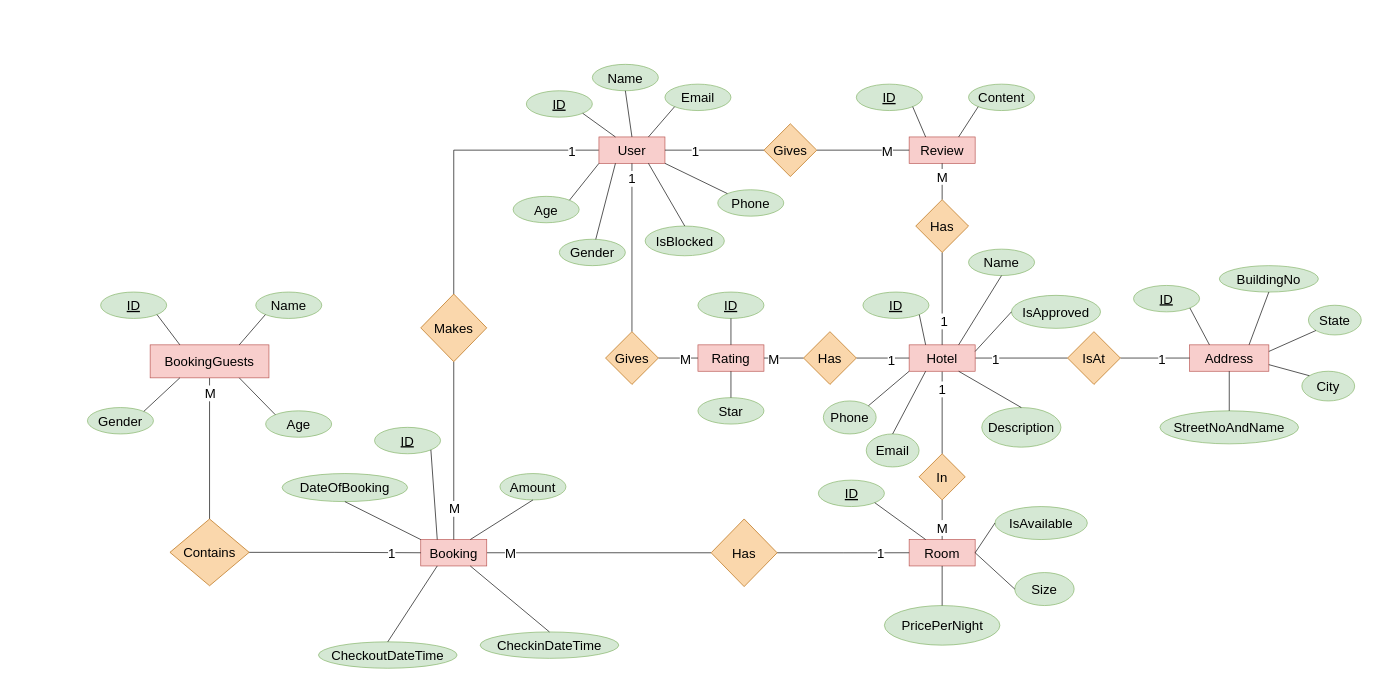
bhavankumar2911/presidio_mini_project keeps this draw.io diagram as ERD.drawio. Above is the earlier version. Source tidied: cells renumbered, new cells numbered last; positions are measured from the earlier drawing's top-left corner, leaving out a move shared by most shapes. Both pictures are drawn from the tidied source at 66%, with x=0, y=0 at pixel (87, 64).
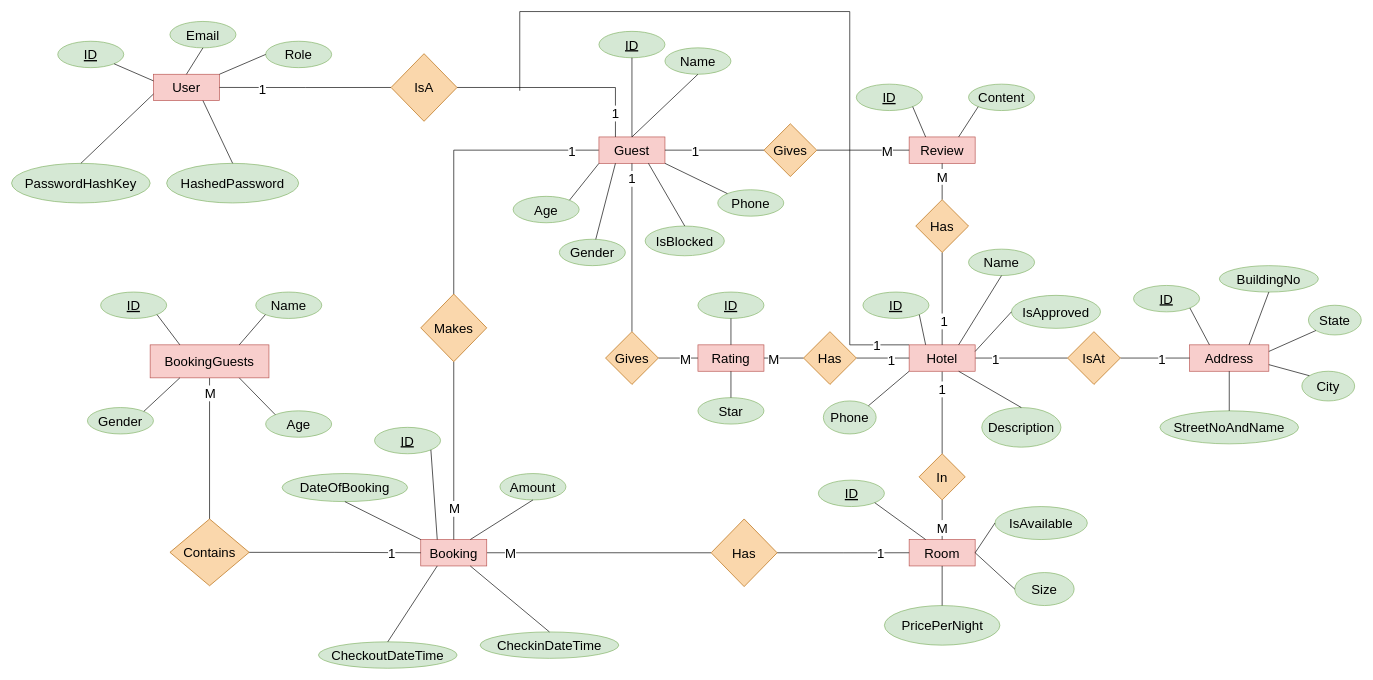
The same page after the edit.

Unchanged cells that the change refers to:
```xml
<mxCell id="21" value="&lt;font style=&quot;font-size: 20px;&quot;&gt;Hotel&lt;/font&gt;" style="rounded=0;whiteSpace=wrap;html=1;fillColor=#f8cecc;strokeColor=#b85450;" parent="1" vertex="1">
  <mxGeometry x="1245" y="425" width="100" height="40" as="geometry" />
</mxCell>
```

Diff of the diagram source:
```diff
@@
-    <mxCell id="4" value="&lt;font style=&quot;font-size: 20px;&quot;&gt;User&lt;/font&gt;" style="rounded=0;whiteSpace=wrap;html=1;fillColor=#f8cecc;strokeColor=#b85450;" parent="1" vertex="1">
+    <mxCell id="4" value="&lt;font style=&quot;font-size: 20px;&quot;&gt;Guest&lt;/font&gt;" style="rounded=0;whiteSpace=wrap;html=1;fillColor=#f8cecc;strokeColor=#b85450;" parent="1" vertex="1">
       <mxGeometry x="775" y="110" width="100" height="40" as="geometry" />
     </mxCell>
     <mxCell id="5" value="&lt;font style=&quot;font-size: 20px;&quot;&gt;&lt;u&gt;ID&lt;/u&gt;&lt;/font&gt;" style="ellipse;whiteSpace=wrap;html=1;fillColor=#d5e8d4;strokeColor=#82b366;" parent="1" vertex="1">
-      <mxGeometry x="665" y="40" width="100" height="40" as="geometry" />
+      <mxGeometry x="775" y="-50" width="100" height="40" as="geometry" />
     </mxCell>
     <mxCell id="6" value="&lt;font style=&quot;font-size: 20px;&quot;&gt;Name&lt;/font&gt;" style="ellipse;whiteSpace=wrap;html=1;fillColor=#d5e8d4;strokeColor=#82b366;" parent="1" vertex="1">
-      <mxGeometry x="765" width="100" height="40" as="geometry" />
+      <mxGeometry x="875" y="-25" width="100" height="40" as="geometry" />
     </mxCell>
-    <mxCell id="7" value="&lt;font style=&quot;font-size: 20px;&quot;&gt;Email&lt;/font&gt;" style="ellipse;whiteSpace=wrap;html=1;fillColor=#d5e8d4;strokeColor=#82b366;" parent="1" vertex="1">
-      <mxGeometry x="875" y="30" width="100" height="40" as="geometry" />
-    </mxCell>
@@
-    <mxCell id="12" style="endArrow=none;html=1;rounded=0;entryX=1;entryY=1;entryDx=0;entryDy=0;exitX=0.25;exitY=0;exitDx=0;exitDy=0;" parent="1" edge="1" source="4" target="5">
+    <mxCell id="12" style="endArrow=none;html=1;rounded=0;entryX=0.5;entryY=1;entryDx=0;entryDy=0;exitX=0.5;exitY=0;exitDx=0;exitDy=0;" parent="1" edge="1" source="4" target="5">
       <mxGeometry relative="1" as="geometry" />
     </mxCell>
@@
-    <mxCell id="16" style="endArrow=none;html=1;rounded=0;exitX=0;exitY=1;exitDx=0;exitDy=0;entryX=0.75;entryY=0;entryDx=0;entryDy=0;" parent="1" edge="1" source="7" target="4">
-      <mxGeometry relative="1" as="geometry" />
-    </mxCell>
@@
+    <mxCell id="125" style="edgeStyle=orthogonalEdgeStyle;rounded=0;jettySize=auto;html=1;exitX=0;exitY=0;exitDx=0;exitDy=0;endArrow=none;endFill=0;" parent="1" edge="1" source="21">
+      <mxGeometry relative="1" as="geometry">
+        <mxPoint x="655" y="40" as="targetPoint" />
+        <Array as="points">
+          <mxPoint x="1155" y="425" />
+          <mxPoint x="1155" y="-80" />
+          <mxPoint x="655" y="-80" />
+        </Array>
+      </mxGeometry>
+    </mxCell>
+    <mxCell id="126" value="&lt;font style=&quot;font-size: 20px;&quot;&gt;1&lt;/font&gt;" style="edgeLabel;html=1;align=center;verticalAlign=middle;" parent="125" vertex="1">
+      <mxGeometry x="-0.92" y="-1" relative="1" as="geometry">
+        <mxPoint x="-1" as="offset" />
+      </mxGeometry>
+    </mxCell>
@@
-    <mxCell id="83" value="&lt;font style=&quot;font-size: 20px;&quot;&gt;Email&lt;/font&gt;" style="ellipse;whiteSpace=wrap;html=1;fillColor=#d5e8d4;strokeColor=#82b366;" parent="1" vertex="1">
-      <mxGeometry x="1180" y="560" width="80" height="50" as="geometry" />
-    </mxCell>
@@
-    <mxCell id="85" style="endArrow=none;html=1;rounded=0;exitX=0.5;exitY=0;exitDx=0;exitDy=0;entryX=0.25;entryY=1;entryDx=0;entryDy=0;" parent="1" edge="1" source="83" target="21">
-      <mxGeometry relative="1" as="geometry" />
-    </mxCell>
@@
+    <mxCell id="127" value="&lt;font style=&quot;font-size: 20px;&quot;&gt;User&lt;/font&gt;" style="rounded=0;whiteSpace=wrap;html=1;fillColor=#f8cecc;strokeColor=#b85450;" parent="1" vertex="1">
+      <mxGeometry x="100" y="15" width="100" height="40" as="geometry" />
+    </mxCell>
+    <mxCell id="128" value="&lt;font style=&quot;font-size: 20px;&quot;&gt;&lt;u&gt;ID&lt;/u&gt;&lt;/font&gt;" style="ellipse;whiteSpace=wrap;html=1;fillColor=#d5e8d4;strokeColor=#82b366;" parent="1" vertex="1">
+      <mxGeometry x="-45" y="-35" width="100" height="40" as="geometry" />
+    </mxCell>
+    <mxCell id="129" value="&lt;font style=&quot;font-size: 20px;&quot;&gt;Email&lt;/font&gt;" style="ellipse;whiteSpace=wrap;html=1;fillColor=#d5e8d4;strokeColor=#82b366;" parent="1" vertex="1">
+      <mxGeometry x="125" y="-65" width="100" height="40" as="geometry" />
+    </mxCell>
+    <mxCell id="130" value="&lt;font style=&quot;font-size: 20px;&quot;&gt;PasswordHashKey&lt;/font&gt;" style="ellipse;whiteSpace=wrap;html=1;fillColor=#d5e8d4;strokeColor=#82b366;" parent="1" vertex="1">
+      <mxGeometry x="-115" y="150" width="210" height="60" as="geometry" />
+    </mxCell>
+    <mxCell id="131" value="&lt;font style=&quot;font-size: 20px;&quot;&gt;HashedPassword&lt;/font&gt;" style="ellipse;whiteSpace=wrap;html=1;fillColor=#d5e8d4;strokeColor=#82b366;" parent="1" vertex="1">
+      <mxGeometry x="120" y="150" width="200" height="60" as="geometry" />
+    </mxCell>
+    <mxCell id="132" value="&lt;font style=&quot;font-size: 20px;&quot;&gt;Role&lt;/font&gt;" style="ellipse;whiteSpace=wrap;html=1;fillColor=#d5e8d4;strokeColor=#82b366;" parent="1" vertex="1">
+      <mxGeometry x="270" y="-35" width="100" height="40" as="geometry" />
+    </mxCell>
+    <mxCell id="133" style="endArrow=none;html=1;rounded=0;entryX=1;entryY=1;entryDx=0;entryDy=0;exitX=0;exitY=0.25;exitDx=0;exitDy=0;" parent="1" edge="1" source="127" target="128">
+      <mxGeometry relative="1" as="geometry" />
+    </mxCell>
+    <mxCell id="134" style="endArrow=none;html=1;rounded=0;entryX=0.5;entryY=0;entryDx=0;entryDy=0;exitX=0;exitY=0.75;exitDx=0;exitDy=0;" parent="1" edge="1" source="127" target="130">
+      <mxGeometry relative="1" as="geometry" />
+    </mxCell>
+    <mxCell id="135" style="endArrow=none;html=1;rounded=0;entryX=0.5;entryY=0;entryDx=0;entryDy=0;exitX=0.75;exitY=1;exitDx=0;exitDy=0;" parent="1" edge="1" source="127" target="131">
+      <mxGeometry relative="1" as="geometry" />
+    </mxCell>
+    <mxCell id="136" style="endArrow=none;html=1;rounded=0;entryX=0;entryY=0.5;entryDx=0;entryDy=0;exitX=1;exitY=0;exitDx=0;exitDy=0;" parent="1" edge="1" source="127" target="132">
+      <mxGeometry relative="1" as="geometry" />
+    </mxCell>
+    <mxCell id="137" style="endArrow=none;html=1;rounded=0;entryX=0.5;entryY=1;entryDx=0;entryDy=0;exitX=0.5;exitY=0;exitDx=0;exitDy=0;" parent="1" edge="1" source="127" target="129">
+      <mxGeometry relative="1" as="geometry" />
+    </mxCell>
+    <mxCell id="138" style="edgeStyle=orthogonalEdgeStyle;rounded=0;jettySize=auto;html=1;exitX=1;exitY=0.5;exitDx=0;exitDy=0;entryX=0.25;entryY=0;entryDx=0;entryDy=0;endArrow=none;endFill=0;" parent="1" edge="1" source="142" target="4">
+      <mxGeometry relative="1" as="geometry" />
+    </mxCell>
+    <mxCell id="139" value="&lt;font style=&quot;font-size: 20px;&quot;&gt;1&lt;/font&gt;" style="edgeLabel;html=1;align=center;verticalAlign=middle;" parent="138" vertex="1">
+      <mxGeometry x="0.77" y="-1" relative="1" as="geometry">
+        <mxPoint y="-1" as="offset" />
+      </mxGeometry>
+    </mxCell>
+    <mxCell id="140" style="edgeStyle=orthogonalEdgeStyle;rounded=0;jettySize=auto;html=1;exitX=0;exitY=0.5;exitDx=0;exitDy=0;entryX=1;entryY=0.5;entryDx=0;entryDy=0;endArrow=none;endFill=0;" parent="1" edge="1" source="142" target="127">
+      <mxGeometry relative="1" as="geometry" />
+    </mxCell>
+    <mxCell id="141" value="&lt;font style=&quot;font-size: 20px;&quot;&gt;1&lt;/font&gt;" style="edgeLabel;html=1;align=center;verticalAlign=middle;" parent="140" vertex="1">
+      <mxGeometry x="0.5" y="1" relative="1" as="geometry">
+        <mxPoint x="-1" as="offset" />
+      </mxGeometry>
+    </mxCell>
+    <mxCell id="142" value="&lt;font style=&quot;font-size: 20px;&quot;&gt;IsA&lt;/font&gt;" style="rhombus;whiteSpace=wrap;html=1;fillColor=#fad7ac;strokeColor=#b46504;" parent="1" vertex="1">
+      <mxGeometry x="460" y="-16.2" width="100" height="102.5" as="geometry" />
+    </mxCell>
```
